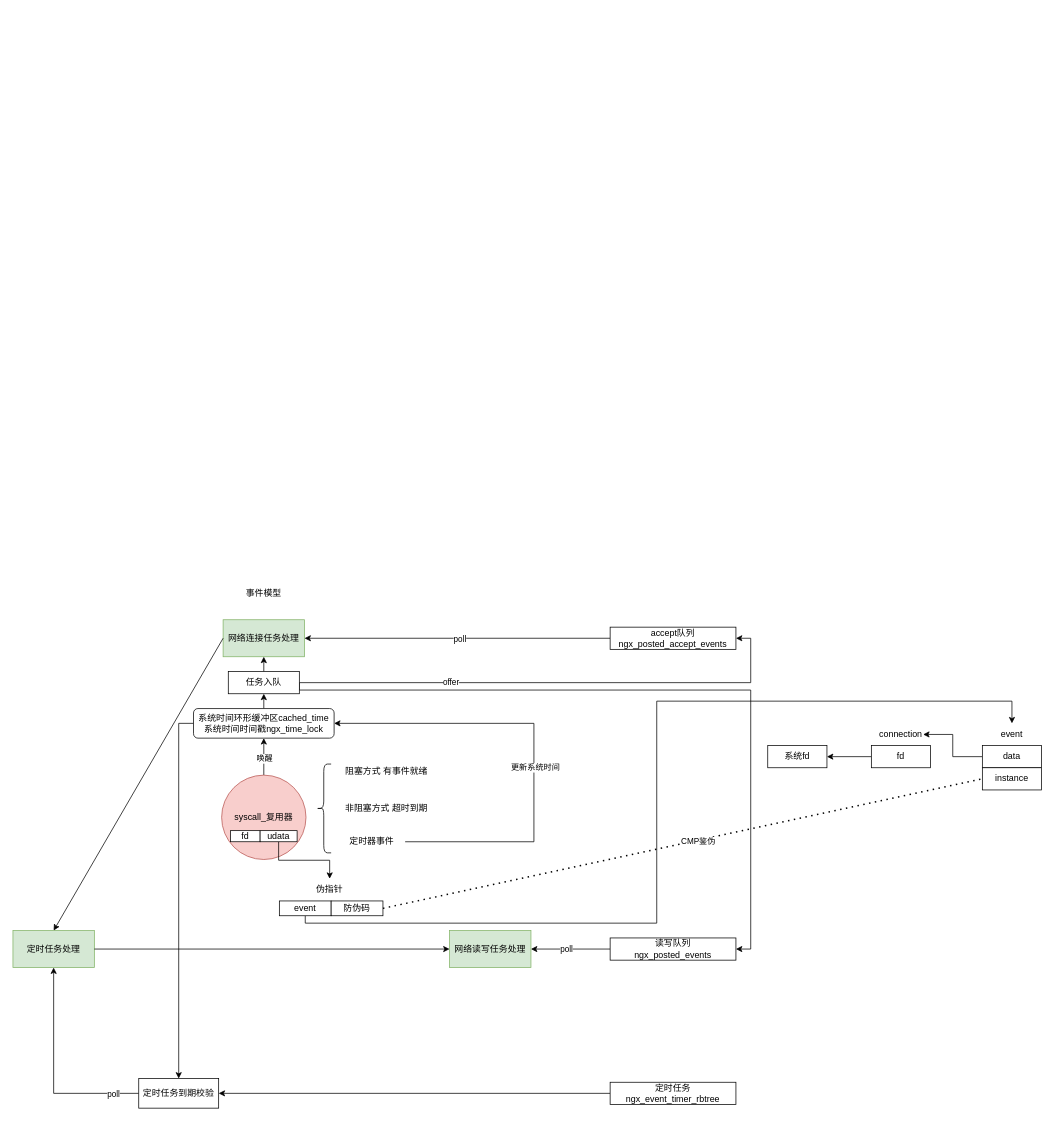
The draw.io diagram my_docs/nginx/event.drawio in Bannirui/Bannirui.github.io, before the edit. Source tidied: cells renumbered, new cells numbered last; positions are measured from the earlier drawing's top-left corner, leaving out a move shared by most shapes. Both pictures are drawn from the tidied source at 74%, with x=0, y=0 at pixel (13, 582).
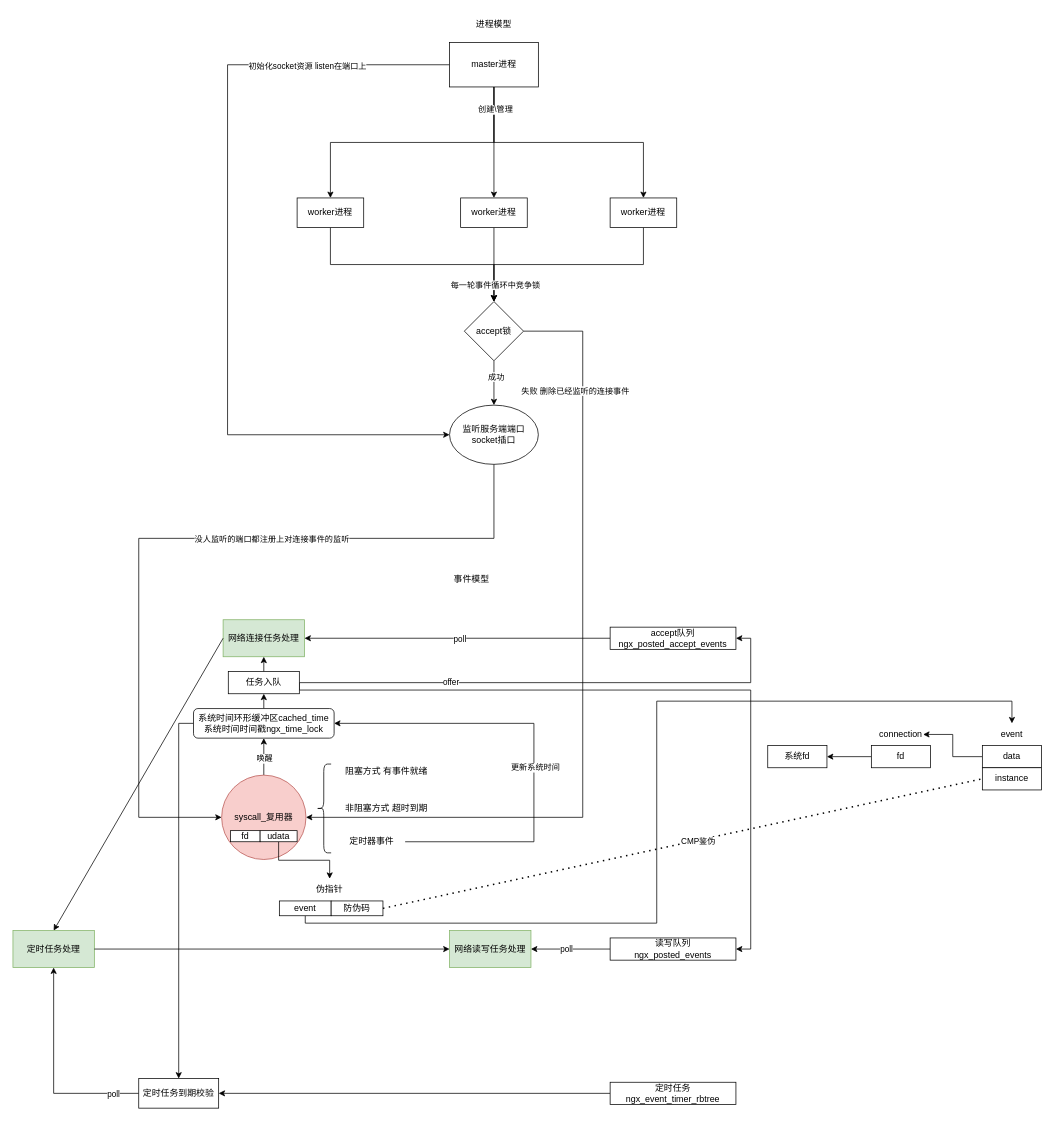
The same page after the edit.

The change refers to these unchanged cells:
```xml
<mxCell id="9" value="syscall_复用器" style="ellipse;whiteSpace=wrap;html=1;fillColor=#f8cecc;strokeColor=#b85450;" parent="1" vertex="1">
  <mxGeometry x="282" y="260" width="114" height="114" as="geometry" />
</mxCell>
```

The edit, as a diff of the source:
```diff
@@
     <mxCell id="20" value="事件模型" style="text;html=1;align=center;verticalAlign=middle;whiteSpace=wrap;rounded=0;" parent="1" vertex="1">
-      <mxGeometry x="309" width="60" height="30" as="geometry" />
+      <mxGeometry x="590" y="-20" width="60" height="30" as="geometry" />
     </mxCell>
@@
+    <mxCell id="54" style="edgeStyle=orthogonalEdgeStyle;rounded=0;jettySize=auto;html=1;exitX=0.5;exitY=1;exitDx=0;exitDy=0;" parent="1" edge="1" source="60" target="63">
+      <mxGeometry relative="1" as="geometry" />
+    </mxCell>
+    <mxCell id="55" style="edgeStyle=orthogonalEdgeStyle;rounded=0;jettySize=auto;html=1;exitX=0.5;exitY=1;exitDx=0;exitDy=0;entryX=0.5;entryY=0;entryDx=0;entryDy=0;" parent="1" edge="1" source="60" target="65">
+      <mxGeometry relative="1" as="geometry" />
+    </mxCell>
+    <mxCell id="56" style="edgeStyle=orthogonalEdgeStyle;rounded=0;jettySize=auto;html=1;exitX=0.5;exitY=1;exitDx=0;exitDy=0;entryX=0.5;entryY=0;entryDx=0;entryDy=0;" parent="1" edge="1" source="60" target="68">
+      <mxGeometry relative="1" as="geometry" />
+    </mxCell>
+    <mxCell id="57" value="创建\管理" style="edgeLabel;html=1;align=center;verticalAlign=middle;" parent="56" vertex="1">
+      <mxGeometry x="-0.83" y="1" relative="1" as="geometry" />
+    </mxCell>
+    <mxCell id="58" style="edgeStyle=orthogonalEdgeStyle;rounded=0;jettySize=auto;html=1;exitX=0;exitY=0.5;exitDx=0;exitDy=0;entryX=0;entryY=0.5;entryDx=0;entryDy=0;" parent="1" edge="1" source="60" target="71">
+      <mxGeometry relative="1" as="geometry">
+        <Array as="points">
+          <mxPoint x="290" y="-700" />
+          <mxPoint x="290" y="-200" />
+        </Array>
+      </mxGeometry>
+    </mxCell>
+    <mxCell id="59" value="初始化socket资源 listen在端口上" style="edgeLabel;html=1;align=center;verticalAlign=middle;" parent="58" vertex="1">
+      <mxGeometry x="-0.65" y="1" relative="1" as="geometry" />
+    </mxCell>
+    <mxCell id="60" value="master进程" style="rounded=0;whiteSpace=wrap;html=1;" parent="1" vertex="1">
+      <mxGeometry x="590" y="-730" width="120" height="60" as="geometry" />
+    </mxCell>
+    <mxCell id="61" value="进程模型" style="text;html=1;align=center;verticalAlign=middle;whiteSpace=wrap;rounded=0;" parent="1" vertex="1">
+      <mxGeometry x="620" y="-770" width="60" height="30" as="geometry" />
+    </mxCell>
+    <mxCell id="62" style="edgeStyle=orthogonalEdgeStyle;rounded=0;jettySize=auto;html=1;exitX=0.5;exitY=1;exitDx=0;exitDy=0;" parent="1" edge="1" source="63" target="76">
+      <mxGeometry relative="1" as="geometry" />
+    </mxCell>
+    <mxCell id="63" value="worker进程" style="rounded=0;whiteSpace=wrap;html=1;" parent="1" vertex="1">
+      <mxGeometry x="384" y="-520" width="90" height="40" as="geometry" />
+    </mxCell>
+    <mxCell id="64" style="edgeStyle=orthogonalEdgeStyle;rounded=0;jettySize=auto;html=1;exitX=0.5;exitY=1;exitDx=0;exitDy=0;entryX=0.5;entryY=0;entryDx=0;entryDy=0;" parent="1" edge="1" source="65" target="76">
+      <mxGeometry relative="1" as="geometry" />
+    </mxCell>
+    <mxCell id="65" value="worker进程" style="rounded=0;whiteSpace=wrap;html=1;" parent="1" vertex="1">
+      <mxGeometry x="605" y="-520" width="90" height="40" as="geometry" />
+    </mxCell>
+    <mxCell id="66" style="edgeStyle=orthogonalEdgeStyle;rounded=0;jettySize=auto;html=1;exitX=0.5;exitY=1;exitDx=0;exitDy=0;" parent="1" edge="1" source="68" target="76">
+      <mxGeometry relative="1" as="geometry" />
+    </mxCell>
+    <mxCell id="67" value="每一轮事件循环中竞争锁" style="edgeLabel;html=1;align=center;verticalAlign=middle;" parent="66" vertex="1">
+      <mxGeometry x="0.85" y="1" relative="1" as="geometry" />
+    </mxCell>
+    <mxCell id="68" value="worker进程" style="rounded=0;whiteSpace=wrap;html=1;" parent="1" vertex="1">
+      <mxGeometry x="807" y="-520" width="90" height="40" as="geometry" />
+    </mxCell>
+    <mxCell id="69" style="edgeStyle=orthogonalEdgeStyle;rounded=0;jettySize=auto;html=1;exitX=0.5;exitY=1;exitDx=0;exitDy=0;entryX=0;entryY=0.5;entryDx=0;entryDy=0;" parent="1" edge="1" source="71" target="9">
+      <mxGeometry relative="1" as="geometry">
+        <Array as="points">
+          <mxPoint x="650" y="-60" />
+          <mxPoint x="170" y="-60" />
+          <mxPoint x="170" y="317" />
+        </Array>
+      </mxGeometry>
+    </mxCell>
+    <mxCell id="70" value="没人监听的端口都注册上对连接事件的监听" style="edgeLabel;html=1;align=center;verticalAlign=middle;" parent="69" vertex="1">
+      <mxGeometry x="-0.25" y="1" relative="1" as="geometry" />
+    </mxCell>
+    <mxCell id="71" value="监听服务端端口&lt;div&gt;socket插口&lt;/div&gt;" style="ellipse;whiteSpace=wrap;html=1;" parent="1" vertex="1">
+      <mxGeometry x="590" y="-240" width="120" height="80" as="geometry" />
+    </mxCell>
+    <mxCell id="72" style="edgeStyle=orthogonalEdgeStyle;rounded=0;jettySize=auto;html=1;exitX=0.5;exitY=1;exitDx=0;exitDy=0;entryX=0.5;entryY=0;entryDx=0;entryDy=0;" parent="1" edge="1" source="76" target="71">
+      <mxGeometry relative="1" as="geometry" />
+    </mxCell>
+    <mxCell id="73" value="成功" style="edgeLabel;html=1;align=center;verticalAlign=middle;" parent="72" vertex="1">
+      <mxGeometry x="-0.3" y="2" relative="1" as="geometry" />
+    </mxCell>
+    <mxCell id="74" style="edgeStyle=orthogonalEdgeStyle;rounded=0;jettySize=auto;html=1;exitX=1;exitY=0.5;exitDx=0;exitDy=0;entryX=1;entryY=0.5;entryDx=0;entryDy=0;" parent="1" edge="1" source="76" target="9">
+      <mxGeometry relative="1" as="geometry">
+        <Array as="points">
+          <mxPoint x="770" y="-340" />
+          <mxPoint x="770" y="317" />
+        </Array>
+      </mxGeometry>
+    </mxCell>
+    <mxCell id="75" value="失败 删除已经监听的连接事件" style="edgeLabel;html=1;align=center;verticalAlign=middle;" parent="74" vertex="1">
+      <mxGeometry x="-0.97" relative="1" as="geometry">
+        <mxPoint x="52" y="80" as="offset" />
+      </mxGeometry>
+    </mxCell>
+    <mxCell id="76" value="accept锁" style="rhombus;whiteSpace=wrap;html=1;" parent="1" vertex="1">
+      <mxGeometry x="610" y="-380" width="80" height="80" as="geometry" />
+    </mxCell>
```
